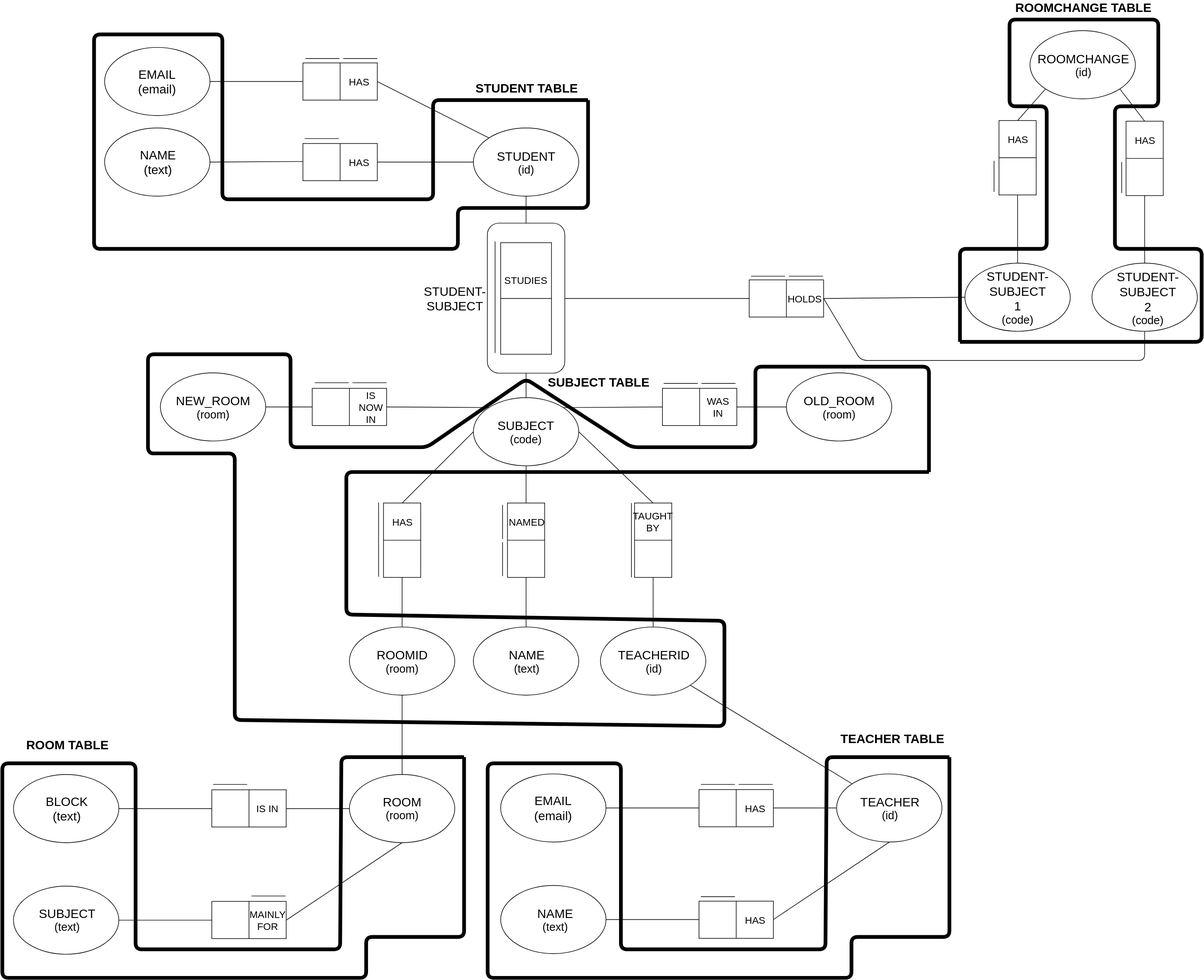
Earlier version of the draw.io export CSD ONF FINAL.svg (TomFraser/IPT_B4). Source tidied: cells renumbered, new cells last; positions are measured from the earlier drawing's top-left corner, leaving out a move shared by most shapes.
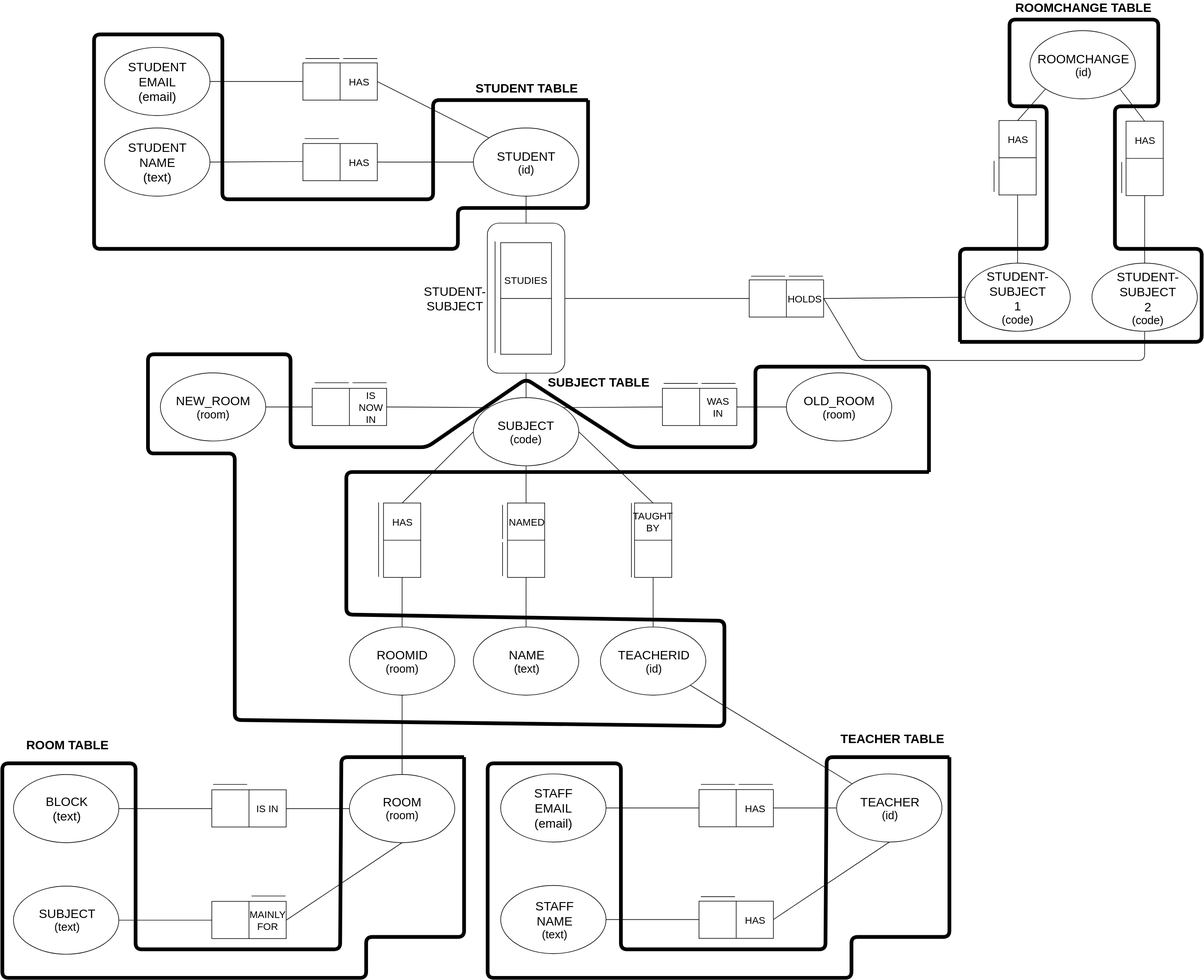
The same diagram one commit later.

What changed in the source:
```diff
@@ -31,7 +31,7 @@
         <mxPoint x="485" y="259" as="targetPoint" />
       </mxGeometry>
     </mxCell>
-    <mxCell id="11" value="&lt;span style=&quot;font-size: 20px&quot;&gt;NAME&lt;/span&gt;&lt;div&gt;&lt;span style=&quot;font-size: 20px&quot;&gt;(text)&lt;/span&gt;&lt;/div&gt;" style="text;html=1;strokeColor=none;fillColor=none;align=center;verticalAlign=middle;whiteSpace=wrap;" parent="1" vertex="1">
+    <mxCell id="11" value="&lt;span style=&quot;font-size: 20px&quot;&gt;STUDENT NAME&lt;/span&gt;&lt;div&gt;&lt;span style=&quot;font-size: 20px&quot;&gt;(text)&lt;/span&gt;&lt;/div&gt;" style="text;html=1;strokeColor=none;fillColor=none;align=center;verticalAlign=middle;whiteSpace=wrap;" parent="1" vertex="1">
       <mxGeometry x="230" y="250" width="40" height="20" as="geometry" />
     </mxCell>
     <mxCell id="12" style="rounded=0;whiteSpace=wrap;html=1;" parent="1" vertex="1">
@@ -49,7 +49,7 @@
     <mxCell id="16" style="ellipse;whiteSpace=wrap;html=1;" parent="1" vertex="1">
       <mxGeometry x="165" y="75" width="170" height="110" as="geometry" />
     </mxCell>
-    <mxCell id="17" value="&lt;span style=&quot;font-size: 20px&quot;&gt;EMAIL&lt;/span&gt;&lt;div&gt;&lt;span style=&quot;font-size: 20px&quot;&gt;(email&lt;/span&gt;&lt;span style=&quot;font-size: 20px&quot;&gt;)&lt;/span&gt;&lt;/div&gt;" style="text;html=1;strokeColor=none;fillColor=none;align=center;verticalAlign=middle;whiteSpace=wrap;" parent="1" vertex="1">
+    <mxCell id="17" value="&lt;span style=&quot;font-size: 20px&quot;&gt;STUDENT EMAIL&lt;/span&gt;&lt;div&gt;&lt;span style=&quot;font-size: 20px&quot;&gt;(email&lt;/span&gt;&lt;span style=&quot;font-size: 20px&quot;&gt;)&lt;/span&gt;&lt;/div&gt;" style="text;html=1;strokeColor=none;fillColor=none;align=center;verticalAlign=middle;whiteSpace=wrap;" parent="1" vertex="1">
       <mxGeometry x="230" y="120" width="40" height="20" as="geometry" />
     </mxCell>
     <mxCell id="18" style="endArrow=none;html=1;entryX=0;entryY=0.5;exitX=1;exitY=0.5;" parent="1" edge="1" source="16" target="12">
@@ -191,7 +191,7 @@
     <mxCell id="61" style="ellipse;whiteSpace=wrap;html=1;" parent="1" vertex="1">
       <mxGeometry x="804" y="1427.3" width="170" height="110" as="geometry" />
     </mxCell>
-    <mxCell id="62" value="&lt;div&gt;&lt;span style=&quot;font-size: 20px&quot;&gt;NAME&lt;/span&gt;&lt;/div&gt;&lt;div&gt;&lt;font size=&quot;4&quot;&gt;(text)&lt;/font&gt;&lt;/div&gt;" style="text;html=1;strokeColor=none;fillColor=none;align=center;verticalAlign=middle;whiteSpace=wrap;" parent="1" vertex="1">
+    <mxCell id="62" value="&lt;div&gt;&lt;span style=&quot;font-size: 20px&quot;&gt;STAFF NAME&lt;/span&gt;&lt;/div&gt;&lt;div&gt;&lt;font size=&quot;4&quot;&gt;(text)&lt;/font&gt;&lt;/div&gt;" style="text;html=1;strokeColor=none;fillColor=none;align=center;verticalAlign=middle;whiteSpace=wrap;" parent="1" vertex="1">
       <mxGeometry x="871" y="1472.3" width="40" height="20" as="geometry" />
     </mxCell>
     <mxCell id="63" style="rounded=0;whiteSpace=wrap;html=1;direction=west;" parent="1" vertex="1">
@@ -224,7 +224,7 @@
     <mxCell id="72" style="endArrow=none;html=1;entryX=0;entryY=0.5;exitX=1;exitY=0.5;" parent="1" edge="1" source="71" target="68">
       <mxGeometry relative="1" as="geometry" />
     </mxCell>
-    <mxCell id="73" value="&lt;span style=&quot;font-size: 20px&quot;&gt;EMAIL&lt;/span&gt;&lt;div&gt;&lt;span style=&quot;font-size: 20px&quot;&gt;(email)&lt;/span&gt;&lt;/div&gt;" style="text;html=1;strokeColor=none;fillColor=none;align=center;verticalAlign=middle;whiteSpace=wrap;" parent="1" vertex="1">
+    <mxCell id="73" value="&lt;span style=&quot;font-size: 20px&quot;&gt;STAFF EMAIL&lt;/span&gt;&lt;div&gt;&lt;span style=&quot;font-size: 20px&quot;&gt;(email)&lt;/span&gt;&lt;/div&gt;" style="text;html=1;strokeColor=none;fillColor=none;align=center;verticalAlign=middle;whiteSpace=wrap;" parent="1" vertex="1">
       <mxGeometry x="869" y="1292.3" width="40" height="20" as="geometry" />
     </mxCell>
     <mxCell id="74" style="endArrow=none;html=1;entryX=0;entryY=0.5;exitX=1;exitY=0.5;" parent="1" edge="1" source="68" target="59">
```
